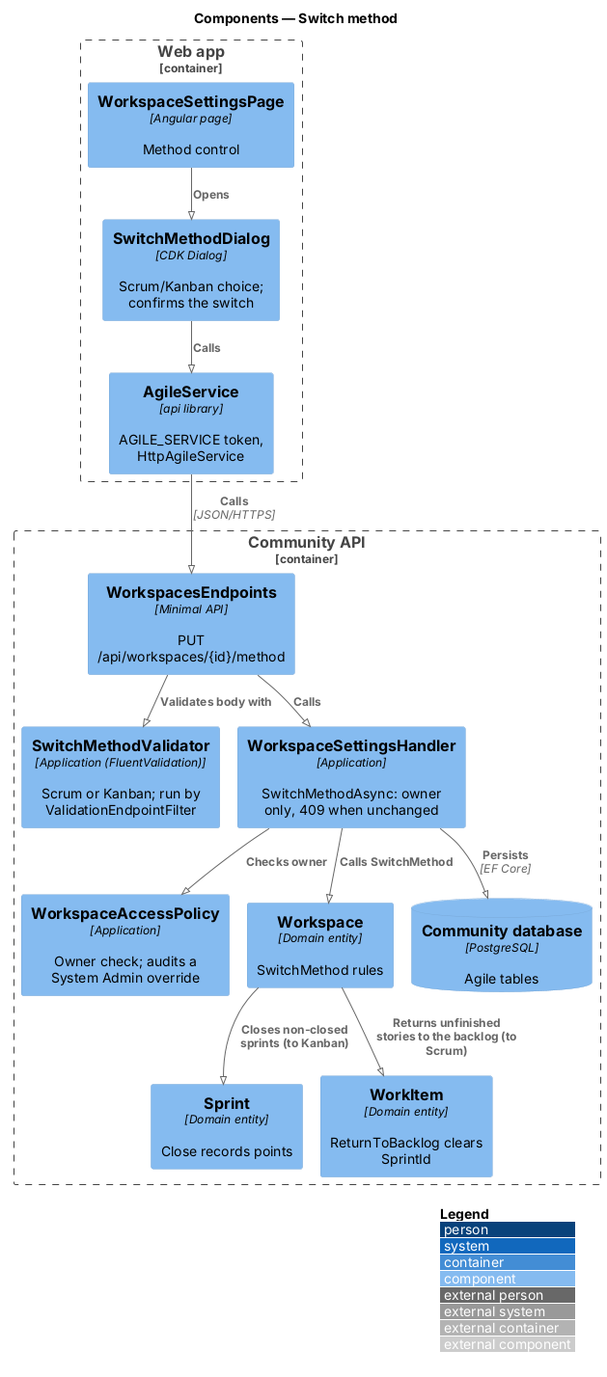
Earlier version of the PlantUML export docs/detailed-designs/agile/switch-method/diagrams/c4-component.png (QuinntyneBrown/faithtech-community). Source of this version:
```plantuml
@startuml
!pragma layout smetana
!include <C4/C4_Component>
LAYOUT_WITH_LEGEND()
title Components — Switch method

Container_Boundary(web, "Web app") {
  Component(page, "WorkspaceSettingsPage", "Angular page", "Method control")
  Component(dlg, "SwitchMethodDialog", "CDK Dialog", "Scrum/Kanban choice; confirms the switch")
  Component(svc, "AgileService", "api library", "AGILE_SERVICE token, HttpAgileService")
}
Container_Boundary(api, "Community API") {
  Component(ep, "WorkspacesEndpoints", "Minimal API", "PUT /api/workspaces/{id}/method")
  Component(val, "SwitchMethodValidator", "Application (FluentValidation)", "Scrum or Kanban; run by ValidationEndpointFilter")
  Component(h, "WorkspaceSettingsHandler", "Application", "SwitchMethodAsync: owner only, 409 when unchanged")
  Component(pol, "WorkspaceAccessPolicy", "Application", "Owner check; audits a System Admin override")
  Component(ws, "Workspace", "Domain entity", "SwitchMethod rules")
  Component(sp, "Sprint", "Domain entity", "Close records points")
  Component(wi, "WorkItem", "Domain entity", "ReturnToBacklog clears SprintId")
  ComponentDb(db, "Community database", "PostgreSQL", "Agile tables")
}

Rel(page, dlg, "Opens")
Rel(dlg, svc, "Calls")
Rel(svc, ep, "Calls", "JSON/HTTPS")
Rel(ep, val, "Validates body with")
Rel(ep, h, "Calls")
Rel(h, pol, "Checks owner")
Rel(h, ws, "Calls SwitchMethod")
Rel(ws, sp, "Closes non-closed sprints (to Kanban)")
Rel(ws, wi, "Returns unfinished stories to the backlog (to Scrum)")
Rel(h, db, "Persists", "EF Core")
@enduml
```
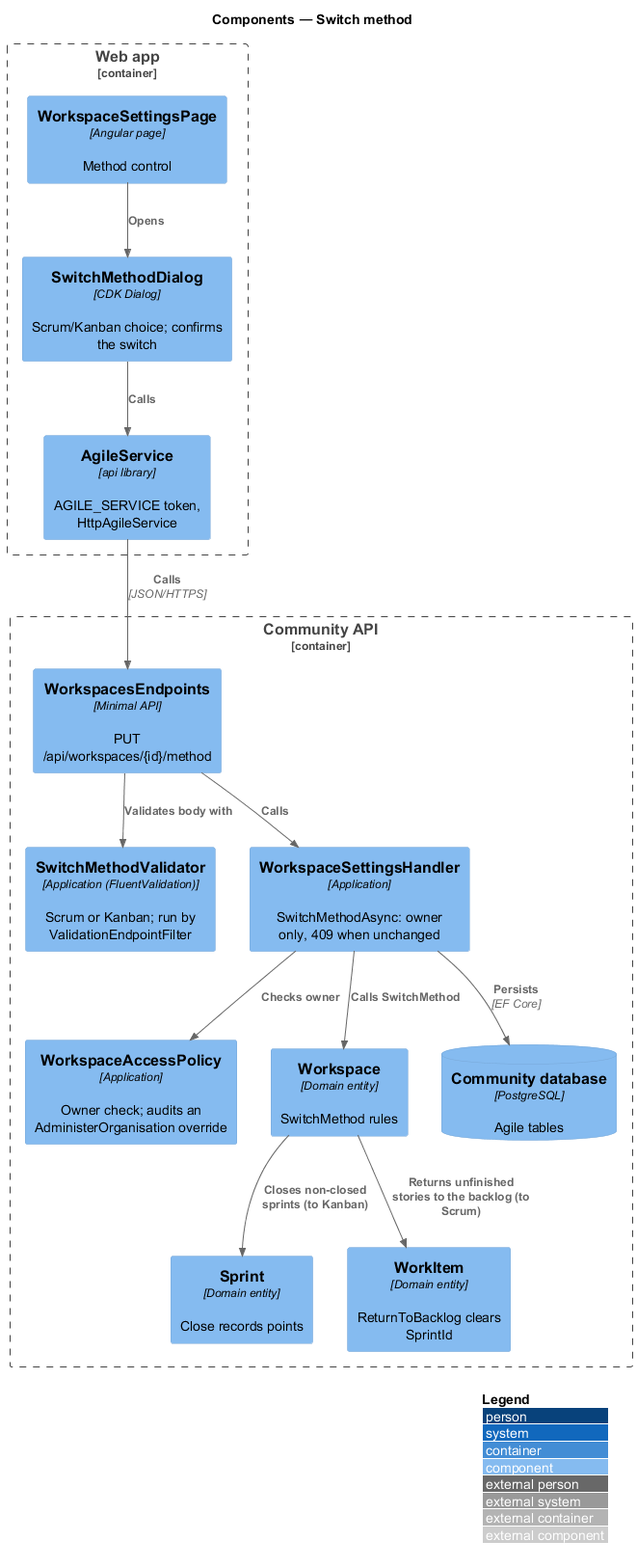
Above is the later version.

Diff of the diagram source:
```diff
@@ -1,5 +1,4 @@
 @startuml
-!pragma layout smetana
 !include <C4/C4_Component>
 LAYOUT_WITH_LEGEND()
 title Components — Switch method
@@ -13,7 +12,7 @@
   Component(ep, "WorkspacesEndpoints", "Minimal API", "PUT /api/workspaces/{id}/method")
   Component(val, "SwitchMethodValidator", "Application (FluentValidation)", "Scrum or Kanban; run by ValidationEndpointFilter")
   Component(h, "WorkspaceSettingsHandler", "Application", "SwitchMethodAsync: owner only, 409 when unchanged")
-  Component(pol, "WorkspaceAccessPolicy", "Application", "Owner check; audits a System Admin override")
+  Component(pol, "WorkspaceAccessPolicy", "Application", "Owner check; audits an AdministerOrganisation override")
   Component(ws, "Workspace", "Domain entity", "SwitchMethod rules")
   Component(sp, "Sprint", "Domain entity", "Close records points")
   Component(wi, "WorkItem", "Domain entity", "ReturnToBacklog clears SprintId")
```
